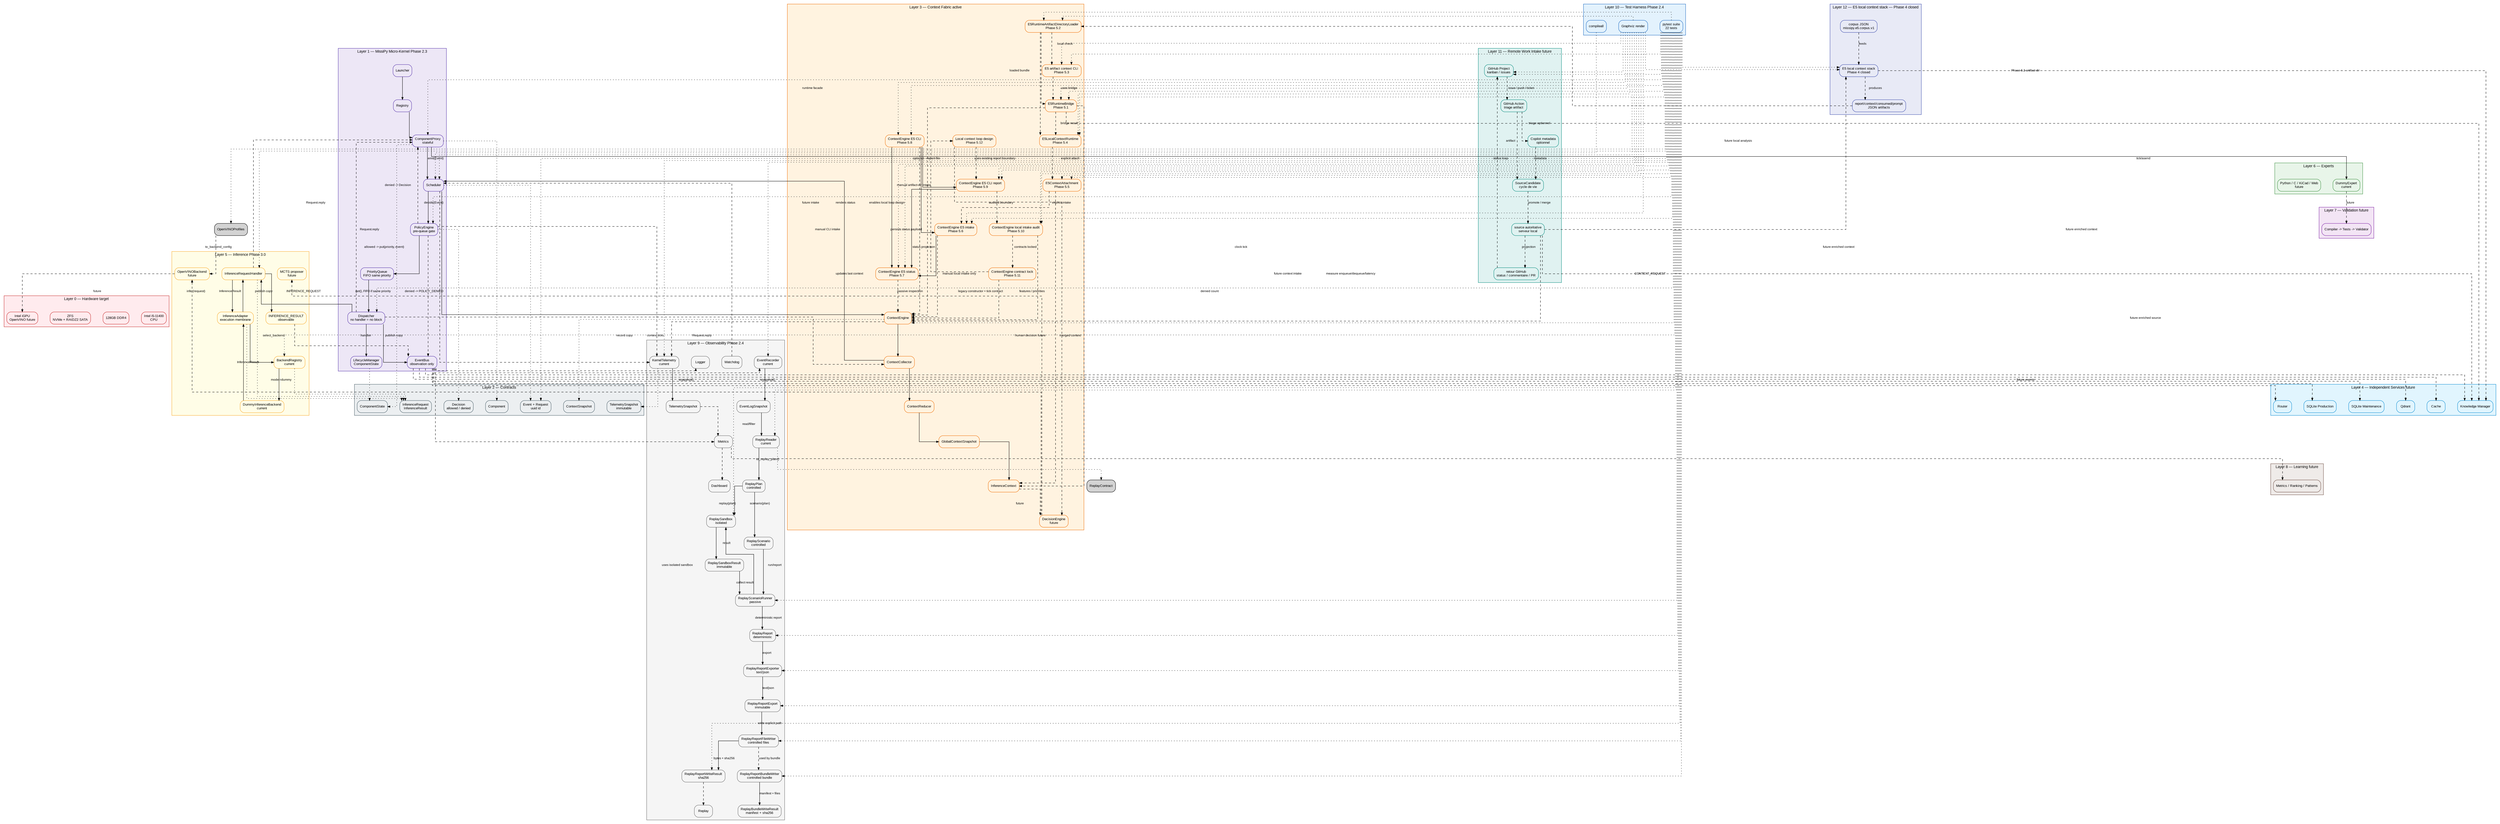
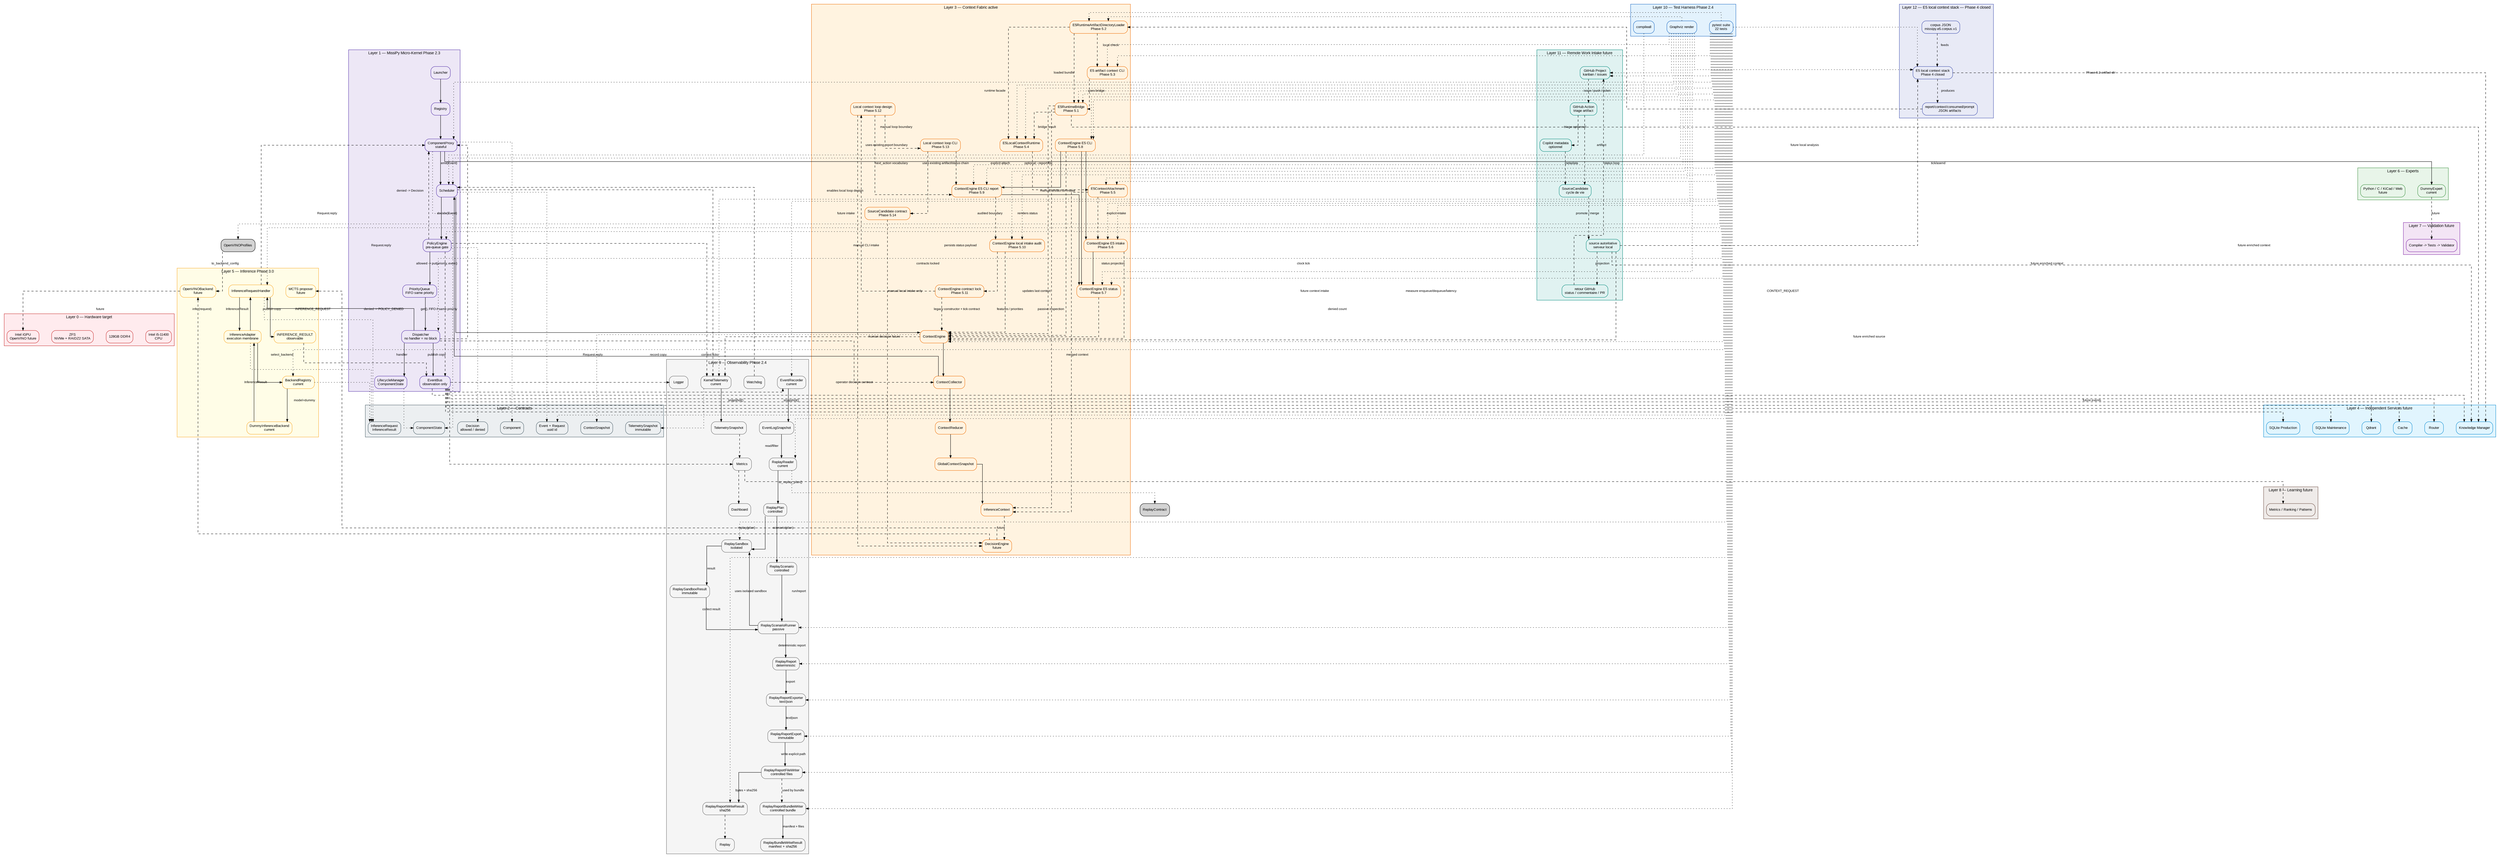
digraph Global {
    // ROADMAP_ID: global

    rankdir=TB;

    // ROADMAP_NOTE[phase2_5]:
    // BackendRegistry est ajouté au layer inference pour préparer
    // l’enregistrement explicite d’OpenVINO sans modifier le Scheduler.

    // ROADMAP_NOTE[phase3_0]:
    // OpenVINOModelProfileRegistry est ajouté pour décrire un ou plusieurs
    // modèles OpenVINO possibles avant de créer les backends exécutables.
    compound=true;
    splines=ortho;
    nodesep=0.5;
    ranksep=0.8;

    graph [fontname="Arial", fontsize=11];
    node [shape=box, style="rounded,filled", fontname="Arial", fontsize=10];
    edge [fontname="Arial", fontsize=9, arrowsize=0.7];

    // ROADMAP_NOTE[phase2_4]:
// ReplayReportBundleWriter ajoute un dossier de replay contrôlé :
// report.txt, report.json et manifest.json avec sha256. La roadmap DOT
// est aussi vérifiée par tests/docs/test_dot_links.py afin que les liens
// descente/remontée pointent vers des sources DOT existantes.
    // Le Layer 9 ajoute ReplayReportFileWriter après ReplayReportExport.
    // Cette étape persiste les exports texte/JSON vers chemins explicites.
    // Aucun répertoire n'est créé ni aucun fichier écrasé sans demande explicite.
    // Le writer reste passif et ne commande jamais le Scheduler vivant.


    // ROADMAP_NOTE[phase4_18_r2]:
    // GitHub Project Orchestrator est visible dans l'architecture globale.
    // Cette couche reste future et documentaire : pas d'API GitHub, pas de token,
    // pas de polling réseau et pas de dépendance Copilot dans le coeur.

    // ROADMAP_NOTE[phase4_19]:
    // La Phase 4 se clôt par un audit du moteur local E5 : corpus, recherche,
    // diagnostics, gates, rapports, contexte, consommation et prompt packet.
    // Le stack E5 reste hors Scheduler, hors Qdrant et hors backend de réponse.

    // ROADMAP_NOTE[phase4_20]:
    // Phase 4 clôturée : le moteur local E5 produit des artefacts déterministes
    // de recherche, contexte consommé et prompt packet. La Phase 5 peut brancher
    // ce socle au serveur local ou au Context Engine sans changer ces frontières.

    // ROADMAP_NOTE[phase5_2]:
    // E5RuntimeArtifactDirectoryLoader ajoute la bordure IO locale pour lire un
    // artifact-dir Phase 4 et réutiliser le pont pur E5RuntimeBridge. Aucun daemon,
    // réseau, Scheduler vivant, Qdrant ou LLM n'est introduit.


    // ROADMAP_NOTE[phase5_4]:
    // E5LocalContextRuntime ajoute une façade runtime locale stable au-dessus
    // du loader 5.2 et du bridge 5.1. Elle retourne un statut typé et un
    // InferenceContext sans CLI, daemon, réseau, Scheduler vivant, Qdrant ou LLM.

    // ROADMAP_NOTE[phase5_5]:
    // E5ContextAttachment fusionne explicitement un résultat runtime E5 local
    // avec un InferenceContext existant. Cette étape prépare l'intake futur du
    // ContextEngine sans lancer Scheduler, daemon, réseau, Qdrant ou LLM.

    // ROADMAP_NOTE[phase5_6]:
    // ContextEngine reçoit une entrée E5 explicite : artifact-dir ou runtime result
    // -> attachement -> last_inference_context. Aucun autoload, aucun Scheduler
    // vivant, aucun daemon, réseau, Qdrant ou LLM n'est introduit.

    // ROADMAP_NOTE[phase5_7]:
    // E5ContextEngineStatus ajoute une projection passive et sérialisable
    // de l'état E5 attaché au ContextEngine. Elle ne lit aucun fichier,
    // ne mute aucun contexte et ne déclenche aucun Scheduler/backend.

    // ROADMAP_NOTE[phase5_8]:
    // E5ContextEngineCLI ajoute une bordure manuelle : artifact-dir ->
    // ContextEngine.attach_e5_artifact_dir() -> E5ContextEngineStatus. Elle
    // ne lance aucun Scheduler vivant, daemon, réseau, Qdrant ou LLM.


    // ROADMAP_NOTE[phase5_10]:
    // Phase 5.10 audite le bloc d'intake manuel local : artifact-dir Phase 4,
    // ContextEngine E5 CLI, report JSON et projection status. Elle ne modifie
    // pas le runtime et prépare seulement la bascule future vers serveur/local loop.

    // ROADMAP_NOTE[phase5_9]:
    // E5ContextEngineCLIReport ajoute --report-file à la bordure CLI 5.8.
    // La commande existante peut persister son payload intake + status en JSON
    // atomique sans nouvelle surface CLI, Scheduler vivant, réseau, Qdrant ou LLM.


+ 
+ 
+     // ROADMAP_NOTE[phase5_14]:
+     // SourceCandidateContract ajoute le contrat local d'une entrée candidate :
+     // origin/input/policy/status/decision/transition immuable. La valeur
+     // newicody/autodoc prépare la projection GitHub future sans API, réseau ou token.

    // ROADMAP_NOTE[phase5_13]:
    // LocalContextLoopCLI ajoute une orchestration manuelle mince : artifact-dir
    // Phase 4 -> ContextEngine intake -> status -> report + next_action opérateur.
    // Elle ne relance pas E5/OpenVINO, ne mute aucune décision et n'ajoute aucun
    // daemon, serveur, réseau, Qdrant, LLM ou stockage persistant.

    // ROADMAP_NOTE[phase5_12]:
    // LocalContextLoopDesign formalise la boucle locale manuelle : artifact-dir
    // Phase 4 -> runtime local -> intake explicite ContextEngine -> status/report
    // -> décision humaine. Aucun serveur, daemon, réseau, stockage persistant,
    // Qdrant, LLM ou appel OpenVINO caché n'est introduit.

    // ROADMAP_NOTE[phase5_3]:
    // E5 artifact context CLI ajoute une bordure de vérification locale pour
    // afficher l'InferenceContext construit depuis un artifact-dir, sans daemon,
    // réseau, Scheduler vivant, Qdrant ou LLM.

    subgraph cluster_L0 {
        label="Layer 0 — Hardware target";
        color="#c62828";
        bgcolor="#ffebee";
        node [fillcolor="#ffebee", color="#c62828"];
        CPU [label="Intel i5-11400\nCPU"];
        RAM [label="128GB DDR4"];
        Storage [label="ZFS\nNVMe + RAIDZ2 SATA"];
        GPU [label="Intel iGPU\nOpenVINO future"];
    }

    subgraph cluster_L1 {
        label="Layer 1 — MissiPy Micro-Kernel Phase 2.3";
        color="#512da8";
        bgcolor="#ede7f6";
        node [fillcolor="#ede7f6", color="#512da8"];
        Launcher [URL="scheduler/10_scheduler.svg", tooltip="Zoom Scheduler"];
        Registry [URL="scheduler/10_scheduler.svg", tooltip="Registry"];
        Proxy [label="ComponentProxy\nstateful", URL="scheduler/component_proxy/14_component_proxy.svg", tooltip="Runtime proxy"];
        Scheduler [URL="scheduler/10_scheduler.svg", tooltip="Zoom Scheduler"];
        Policy [label="PolicyEngine\npre-queue gate", URL="scheduler/10_scheduler.svg"];
        Queue [label="PriorityQueue\nFIFO same priority", URL="scheduler/priority_queue/13_priority_queue.svg"];
        Dispatcher [label="Dispatcher\nno handler = no block", URL="scheduler/dispatcher/11_dispatcher.svg"];
        EventBus [label="EventBus\nobservation only", URL="scheduler/event_bus/12_event_bus.svg"];
        Lifecycle [label="LifecycleManager\nComponentState", URL="scheduler/10_scheduler.svg"];
    }

    subgraph cluster_L2 {
        label="Layer 2 — Contracts";
        color="#455a64";
        bgcolor="#eceff1";
        node [fillcolor="#eceff1", color="#455a64"];
        EventContract [label="Event + Request\nuuid id"];
        LifecycleContract [label="ComponentState"];
        ComponentContract [label="Component"];
        ContextContract [label="ContextSnapshot"];
        InferenceContract [label="InferenceRequest\nInferenceResult"];
        PolicyContract [label="Decision\nallowed / denied"];
        TelemetryContract [label="TelemetrySnapshot\nimmutable"];
    }

    subgraph cluster_L3 {
        label="Layer 3 — Context Fabric active";
        color="#ef6c00";
        bgcolor="#fff3e0";
        node [fillcolor="#fff3e0", color="#ef6c00"];
        ContextEngine [label="ContextEngine", URL="context/20_context.svg"];
        Collector [label="ContextCollector", URL="context/20_context.svg"];
        Reducer [label="ContextReducer", URL="context/20_context.svg"];
        Snapshot [label="GlobalContextSnapshot", URL="context/20_context.svg"];
        InferenceCtx [label="InferenceContext", URL="context/20_context.svg"];
        E5RuntimeBridge [label="E5RuntimeBridge\nPhase 5.1", URL="context/25_e5_runtime_bridge.svg"];
        E5ArtifactLoader [label="E5RuntimeArtifactDirectoryLoader\nPhase 5.2", URL="context/26_e5_artifact_directory_loader.svg"];
        E5ArtifactContextCLI [label="E5 artifact context CLI\nPhase 5.3", URL="context/27_e5_artifact_context_cli.svg"];
        E5LocalRuntime [label="E5LocalContextRuntime\nPhase 5.4", URL="context/28_e5_local_context_runtime.svg"];
        E5ContextAttachment [label="E5ContextAttachment\nPhase 5.5", URL="context/29_e5_context_attachment.svg"];
        E5ContextEngineIntake [label="ContextEngine E5 intake\nPhase 5.6", URL="context/30_e5_context_engine_intake.svg"];
        E5ContextEngineStatus [label="ContextEngine E5 status\nPhase 5.7", URL="context/31_e5_context_engine_status.svg"];
        E5ContextEngineCLI [label="ContextEngine E5 CLI\nPhase 5.8", URL="context/32_e5_context_engine_cli.svg"];
        E5ContextEngineCLIReport [label="ContextEngine E5 CLI report\nPhase 5.9", URL="context/33_e5_context_engine_cli_report.svg"];
        E5ContextEngineIntakeAudit [label="ContextEngine local intake audit\nPhase 5.10", URL="context/34_e5_context_engine_intake_audit.svg"];
        ContextEngineContractLock [label="ContextEngine contract lock\nPhase 5.11", URL="context/35_context_engine_contract_lock.svg"];
        LocalContextLoopDesign [label="Local context loop design\nPhase 5.12", URL="context/36_local_context_loop_design.svg"];
+         LocalContextLoopCLI [label="Local context loop CLI\nPhase 5.13", URL="context/37_local_context_loop_cli.svg"];
+         SourceCandidateContract [label="SourceCandidate contract\nPhase 5.14", URL="context/38_source_candidate_contract.svg"];
        Decision [label="DecisionEngine\nfuture", URL="context/20_context.svg"];
    }

    E5ContextEngineIntake -> E5ContextEngineStatus [label="status projection"];
    E5ContextEngineCLI -> E5ContextEngineIntake [label="manual artifact-dir intake"];
    E5ContextEngineCLI -> E5ContextEngineStatus [label="renders status"];
    E5ContextEngineCLI -> E5ContextEngineCLIReport [label="optional --report-file"];
    E5ContextEngineCLIReport -> E5ContextEngineStatus [label="persists status payload"];
    E5ContextEngineCLIReport -> E5ContextEngineIntakeAudit [style=dashed, label="audited boundary"];
    E5ContextEngineIntakeAudit -> ContextEngineContractLock [style=dashed, label="contracts locked"];
    ContextEngineContractLock -> ContextEngine [style=dashed, label="legacy constructor + tick contract"];
    E5ContextEngineIntakeAudit -> ContextEngine [style=dashed, label="manual local intake only"];
    ContextEngineContractLock -> LocalContextLoopDesign [style=dashed, label="enables local loop design"];
    LocalContextLoopDesign -> E5ContextEngineCLIReport [style=dashed, label="uses existing report boundary"];
+     LocalContextLoopDesign -> LocalContextLoopCLI [style=dashed, label="manual loop boundary"];
+     LocalContextLoopCLI -> E5ContextEngineCLIReport [style=dashed, label="uses existing artifact/status chain"];
+     LocalContextLoopCLI -> SourceCandidateContract [style=dashed, label="next_action vocabulary"];
+     SourceCandidateContract -> Decision [style=dashed, label="operator decision contract"];
    LocalContextLoopDesign -> Decision [style=dashed, label="human decision future"];

    subgraph cluster_L4 {
        label="Layer 4 — Independent Services future";
        color="#0288d1";
        bgcolor="#e1f5fe";
        node [fillcolor="#e1f5fe", color="#0288d1"];
        Router [URL="services/30_services.svg"];
        SQLiteProd [label="SQLite Production", URL="services/30_services.svg"];
        SQLiteMaint [label="SQLite Maintenance", URL="services/30_services.svg"];
        Qdrant [URL="services/30_services.svg"];
        Cache [URL="services/30_services.svg"];
        Knowledge [label="Knowledge Manager", URL="services/30_services.svg"];
    }

    subgraph cluster_L5 {
        label="Layer 5 — Inference Phase 3.0";
        color="#f9a825";
        bgcolor="#fffde7";
        node [fillcolor="#fffde7", color="#f9a825"];
        InferenceHandler [label="InferenceRequestHandler", URL="inference/40_inference.svg"];
        InferenceAdapter [label="InferenceAdapter\nexecution membrane", URL="inference/40_inference.svg"];
        BackendRegistry [label="BackendRegistry\ncurrent", URL="inference/40_inference.svg"];
        DummyBackend [label="DummyInferenceBackend\ncurrent", URL="inference/40_inference.svg"];
        InferenceResult [label="INFERENCE_RESULT\nobservable", URL="inference/40_inference.svg"];
        OpenVINO [label="OpenVINOBackend\nfuture", URL="inference/40_inference.svg"];
        MCTS [label="MCTS proposer\nfuture"];
    }

    subgraph cluster_L6 {
        label="Layer 6 — Experts";
        color="#388e3c";
        bgcolor="#e8f5e9";
        node [fillcolor="#e8f5e9", color="#388e3c"];
        Dummy [label="DummyExpert\ncurrent", URL="experts/40_experts.svg"];
        ExpertsFuture [label="Python / C / KiCad / Web\nfuture", URL="experts/40_experts.svg"];
    }

    subgraph cluster_L7 {
        label="Layer 7 — Validation future";
        color="#7b1fa2";
        bgcolor="#f3e5f5";
        node [fillcolor="#f3e5f5", color="#7b1fa2"];
        Validation [label="Compiler -> Tests -> Validator", URL="validation/50_validation.svg"];
    }

    subgraph cluster_L8 {
        label="Layer 8 — Learning future";
        color="#6d4c41";
        bgcolor="#efebe9";
        node [fillcolor="#efebe9", color="#6d4c41"];
        Learning [label="Metrics / Ranking / Patterns", URL="learning/60_learning.svg"];
    }

    subgraph cluster_L9 {
        label="Layer 9 — Observability Phase 2.4";
        color="#666666";
        bgcolor="#f5f5f5";
        node [fillcolor="#f5f5f5", color="#666666"];
        Logger [URL="observability/70_observability.svg"];
        KernelTelemetry [label="KernelTelemetry
current", URL="observability/70_observability.svg"];
        TelemetrySnapshot [label="TelemetrySnapshot", URL="observability/70_observability.svg"];
        EventRecorder [label="EventRecorder
current", URL="observability/70_observability.svg"];
        EventLogSnapshot [label="EventLogSnapshot", URL="observability/70_observability.svg"];
        ReplayReader [label="ReplayReader
current", URL="observability/70_observability.svg"];
        ReplayPlan [label="ReplayPlan
controlled", URL="observability/70_observability.svg"];
        ReplaySandbox [label="ReplaySandbox
isolated", URL="observability/70_observability.svg"];
        ReplaySandboxResult [label="ReplaySandboxResult
immutable", URL="observability/70_observability.svg"];
        ReplayScenario [label="ReplayScenario
controlled", URL="observability/70_observability.svg"];
        ReplayScenarioRunner [label="ReplayScenarioRunner
passive", URL="observability/70_observability.svg"];
        ReplayReport [label="ReplayReport
deterministic", URL="observability/70_observability.svg"];
        ReplayReportExporter [label="ReplayReportExporter
text/json", URL="observability/70_observability.svg"];
        ReplayReportExport [label="ReplayReportExport
immutable", URL="observability/70_observability.svg"];
        ReplayReportFileWriter [label="ReplayReportFileWriter
controlled files", URL="observability/70_observability.svg"];
        ReplayReportWriteResult [label="ReplayReportWriteResult
sha256", URL="observability/70_observability.svg"];
        ReplayReportBundleWriter [label="ReplayReportBundleWriter
controlled bundle", URL="observability/70_observability.svg"];
        ReplayBundleWriteResult [label="ReplayBundleWriteResult
manifest + sha256", URL="observability/70_observability.svg"];
        Metrics [URL="observability/70_observability.svg"];
        Replay [URL="observability/70_observability.svg"];
        Dashboard [URL="observability/70_observability.svg"];
        Watchdog [URL="observability/70_observability.svg"];
    }

    subgraph cluster_L10 {
        label="Layer 10 — Test Harness Phase 2.4";
        color="#1565c0";
        bgcolor="#e3f2fd";
        node [fillcolor="#e3f2fd", color="#1565c0"];
        Pytest [label="pytest suite\n22 tests", URL="tests/80_tests.svg"];
        CompileAll [label="compileall"];
        DotRender [label="Graphviz render"];
    }



    subgraph cluster_L11 {
        label="Layer 11 — Remote Work Intake future";
        color="#00897b";
        bgcolor="#e0f2f1";
        node [fillcolor="#e0f2f1", color="#00897b"];
        GitHubProject [label="GitHub Project
kanban / issues", URL="integrations/90_github_project_orchestrator.svg"];
        GitHubAction [label="GitHub Action
triage artifact", URL="integrations/90_github_project_orchestrator.svg"];
        CopilotMetadata [label="Copilot metadata
optionnel", URL="integrations/90_github_project_orchestrator.svg"];
        SourceCandidate [label="SourceCandidate
cycle de vie", URL="integrations/91_source_candidate_lifecycle.svg"];
        LocalAuthority [label="source autoritative
serveur local", URL="integrations/91_source_candidate_lifecycle.svg"];
        GitHubFeedback [label="retour GitHub
status / commentaire / PR", URL="integrations/90_github_project_orchestrator.svg"];
    }

    subgraph cluster_L12 {
        label="Layer 12 — E5 local context stack — Phase 4 closed";
        color="#3949ab";
        bgcolor="#e8eaf6";
        node [fillcolor="#e8eaf6", color="#3949ab"];
        E5LocalStack [label="E5 local context stack
Phase 4 closed", URL="inference/74_e5_phase4_closure.svg"];
        E5Corpus [label="corpus JSON
missipy.e5.corpus.v1", URL="inference/73_e5_phase4_final_audit.svg"];
        E5Reports [label="report/context/consumed/prompt
JSON artifacts", URL="inference/74_e5_phase4_closure.svg"];
    }

    Launcher -> Registry;
    Registry -> Proxy;
    Proxy -> Scheduler [label="emit(Event)"];
    Scheduler -> Policy [label="decide(Event)"];
    Policy -> Queue [label="allowed -> put(priority, event)"];
    Policy -> EventBus [label="denied -> POLICY_DENIED", style=dashed];
    Policy -> Proxy [label="denied -> Decision", style=dashed];
    Queue -> Dispatcher [label="get(), FIFO if same priority"];
    Dispatcher -> Lifecycle [label="handler"];
    Dispatcher -> EventBus [label="publish copy"];
    Dispatcher -> Proxy [label="Request.reply", style=dashed];

    Lifecycle -> LifecycleContract [style=dotted];
    Proxy -> LifecycleContract [style=dotted];

    Scheduler -> ContextEngine [label="clock tick"];
    ContextEngine -> Collector;
    Collector -> Scheduler [label="CONTEXT_REQUEST"];
    Dispatcher -> Collector [label="Request.reply", style=dashed];
    Collector -> Reducer;
    Reducer -> Snapshot;
    Snapshot -> InferenceCtx;
    InferenceCtx -> Decision [style=dashed, label="future"];

    Scheduler -> EventContract [style=dotted];
    Policy -> PolicyContract [style=dotted];
    KernelTelemetry -> TelemetryContract [style=dotted];
    Proxy -> ComponentContract [style=dotted];
    ContextEngine -> ContextContract [style=dotted];
    InferenceHandler -> InferenceContract [style=dotted];
    ReplayReader -> ReplayContract [style=dotted];
    InferenceAdapter -> InferenceContract [style=dotted];
    BackendRegistry -> InferenceContract [style=dotted];

    Proxy -> Dummy [label="tick/asend"];

    Dispatcher -> InferenceHandler [label="INFERENCE_REQUEST"];
    InferenceHandler -> InferenceAdapter [label="infer(request)"];
    InferenceAdapter -> BackendRegistry [label="select_backend"];
    BackendRegistry -> DummyBackend [label="model=dummy"];
    DummyBackend -> InferenceAdapter [label="InferenceResult"];
    InferenceAdapter -> InferenceHandler [label="InferenceResult"];
    InferenceHandler -> InferenceResult [label="publish copy"];
    InferenceHandler -> Proxy [label="Request.reply", style=dashed];
    InferenceResult -> EventBus [style=dashed];
    OpenVINOProfiles -> OpenVINO [style=dashed, label="to_backend_config"];
    OpenVINO -> GPU [style=dashed, label="future"];
    E5Corpus -> E5LocalStack [style=dashed, label="feeds"];
    E5LocalStack -> E5Reports [style=dashed, label="produces"];
    E5Reports -> E5ArtifactLoader [style=dashed, label="Phase 5.2 artifact-dir"];
    E5ArtifactLoader -> E5RuntimeBridge [style=dashed, label="loaded bundle"];
    E5ArtifactLoader -> E5ArtifactContextCLI [style=dashed, label="local check"];
    E5ArtifactContextCLI -> E5RuntimeBridge [style=dashed, label="uses bridge"];
    E5ArtifactLoader -> E5LocalRuntime [style=dashed, label="runtime facade"];
    E5RuntimeBridge -> E5LocalRuntime [style=dashed, label="bridge result"];
    E5LocalRuntime -> E5ContextAttachment [style=dashed, label="explicit attach"];
    E5ContextAttachment -> InferenceCtx [style=dashed, label="merged context"];
    E5RuntimeBridge -> InferenceCtx [style=dashed, label="features / priorities"];
    E5ContextAttachment -> E5ContextEngineIntake [style=dashed, label="explicit intake"];
    E5ContextEngineIntake -> ContextEngine [style=dashed, label="updates last context"];
    E5ContextEngineStatus -> ContextEngine [style=dashed, label="passive inspection"];
    E5ContextEngineCLI -> ContextEngine [style=dashed, label="manual CLI intake"];
    E5RuntimeBridge -> ContextEngine [style=dashed, label="future intake"];
    E5RuntimeBridge -> Knowledge [style=dashed, label="future enriched context"];
    E5LocalStack -> Knowledge [style=dashed, label="future enriched context"];

    Scheduler -> KernelTelemetry [style=dashed, label="measure enqueue/dequeue/latency"];
    Policy -> KernelTelemetry [style=dashed, label="denied count"];
    ContextEngine -> KernelTelemetry [style=dashed, label="context ticks"];
    KernelTelemetry -> TelemetrySnapshot [label="snapshot()"];
    TelemetrySnapshot -> Metrics [style=dashed];

    EventBus -> Logger [style=dashed];
    EventBus -> Metrics [style=dashed];
    EventBus -> EventRecorder [style=dashed, label="record copy"];
    EventRecorder -> EventLogSnapshot [label="snapshot()"];
    EventLogSnapshot -> ReplayReader [label="read/filter"];
    ReplayReader -> ReplayPlan [label="to_replay_plan()"];
    ReplayPlan -> ReplaySandbox [label="replay(plan)"];
    ReplaySandbox -> ReplaySandboxResult [label="result"];
    ReplayPlan -> ReplayScenario [label="scenario(plan)"];
    ReplayScenario -> ReplayScenarioRunner [label="run/report"];
    ReplayScenarioRunner -> ReplaySandbox [label="uses isolated sandbox"];
    ReplaySandboxResult -> ReplayScenarioRunner [label="collect result"];
    ReplayScenarioRunner -> ReplayReport [label="deterministic report"];
    ReplayReport -> ReplayReportExporter [label="export"];
    ReplayReportExporter -> ReplayReportExport [label="text/json"];
    ReplayReportExport -> ReplayReportFileWriter [label="write explicit path"];
    ReplayReportFileWriter -> ReplayReportWriteResult [label="bytes + sha256"];
    ReplayReportFileWriter -> ReplayReportBundleWriter [style=dashed, label="used by bundle"];
    ReplayReportBundleWriter -> ReplayBundleWriteResult [label="manifest + files"];
    ReplayReportWriteResult -> Replay [style=dashed];
    Metrics -> Dashboard [style=dashed];
    Watchdog -> Scheduler [style=dashed];

    Pytest -> EventContract [style=dotted];
    Pytest -> Dispatcher [style=dotted];
    Pytest -> Proxy [style=dotted];
    Pytest -> ContextEngine [style=dotted];
    Pytest -> InferenceHandler [style=dotted];
    Pytest -> BackendRegistry [style=dotted];
    Pytest -> OpenVINOProfiles [style=dotted];
    Pytest -> Policy [style=dotted];
    Pytest -> KernelTelemetry [style=dotted];
    Pytest -> EventRecorder [style=dotted];
    Pytest -> ReplayReader [style=dotted];
    Pytest -> ReplaySandbox [style=dotted];
    Pytest -> ReplayScenarioRunner [style=dotted];
    Pytest -> ReplayReport [style=dotted];
    Pytest -> ReplayReportExporter [style=dotted];
    Pytest -> ReplayReportExport [style=dotted];
    Pytest -> ReplayReportFileWriter [style=dotted];
    Pytest -> ReplayReportBundleWriter [style=dotted];
    Pytest -> ReplayReportWriteResult [style=dotted];
    CompileAll -> Scheduler [style=dotted];
    DotRender -> Scheduler [style=dotted];

    EventBus -> Router [style=dashed, label="future events"];
    EventBus -> SQLiteProd [style=dashed];
    EventBus -> SQLiteMaint [style=dashed];
    EventBus -> Qdrant [style=dashed];
    EventBus -> Cache [style=dashed];
    EventBus -> Knowledge [style=dashed];
    Decision -> OpenVINO [style=dashed];
    Decision -> MCTS [style=dashed];
    Dummy -> Validation [style=dashed, label="future"];
    Metrics -> Learning [style=dashed];

    GitHubProject -> GitHubAction [style=dashed, label="issue / push / ticket"];
    GitHubAction -> CopilotMetadata [style=dashed, label="triage optionnel"];
    CopilotMetadata -> SourceCandidate [style=dashed, label="metadata"];
    GitHubAction -> SourceCandidate [style=dashed, label="artifact"];
    SourceCandidate -> LocalAuthority [style=dashed, label="promote / merge"];
    LocalAuthority -> E5LocalStack [style=dashed, label="future local analysis"];
    LocalAuthority -> ContextEngine [style=dashed, label="future context intake"];
    LocalAuthority -> Knowledge [style=dashed, label="future enriched source"];
    LocalAuthority -> GitHubFeedback [style=dashed, label="projection"];
    GitHubFeedback -> GitHubProject [style=dashed, label="status loop"];
    Pytest -> GitHubProject [style=dotted];
    Pytest -> E5LocalStack [style=dotted];
    Pytest -> E5RuntimeBridge [style=dotted];
    Pytest -> E5ArtifactLoader [style=dotted];
    Pytest -> E5ArtifactContextCLI [style=dotted];
    Pytest -> E5LocalRuntime [style=dotted];
    Pytest -> E5ContextAttachment [style=dotted];
    Pytest -> E5ContextEngineIntake [style=dotted];
    Pytest -> E5ContextEngineStatus [style=dotted];
    Pytest -> E5ContextEngineCLI [style=dotted];
    Pytest -> E5ContextEngineCLIReport [style=dotted];
    Pytest -> E5ContextEngineIntakeAudit [style=dotted];
    DotRender -> GitHubProject [style=dotted];
    DotRender -> E5LocalStack [style=dotted];
    DotRender -> E5RuntimeBridge [style=dotted];
    DotRender -> E5ArtifactLoader [style=dotted];
    DotRender -> E5ArtifactContextCLI [style=dotted];
    DotRender -> E5LocalRuntime [style=dotted];
    DotRender -> E5ContextAttachment [style=dotted];
    DotRender -> E5ContextEngineIntake [style=dotted];
    DotRender -> E5ContextEngineStatus [style=dotted];
    DotRender -> E5ContextEngineCLI [style=dotted];
    DotRender -> E5ContextEngineCLIReport [style=dotted];
    DotRender -> E5ContextEngineIntakeAudit [style=dotted];
}

